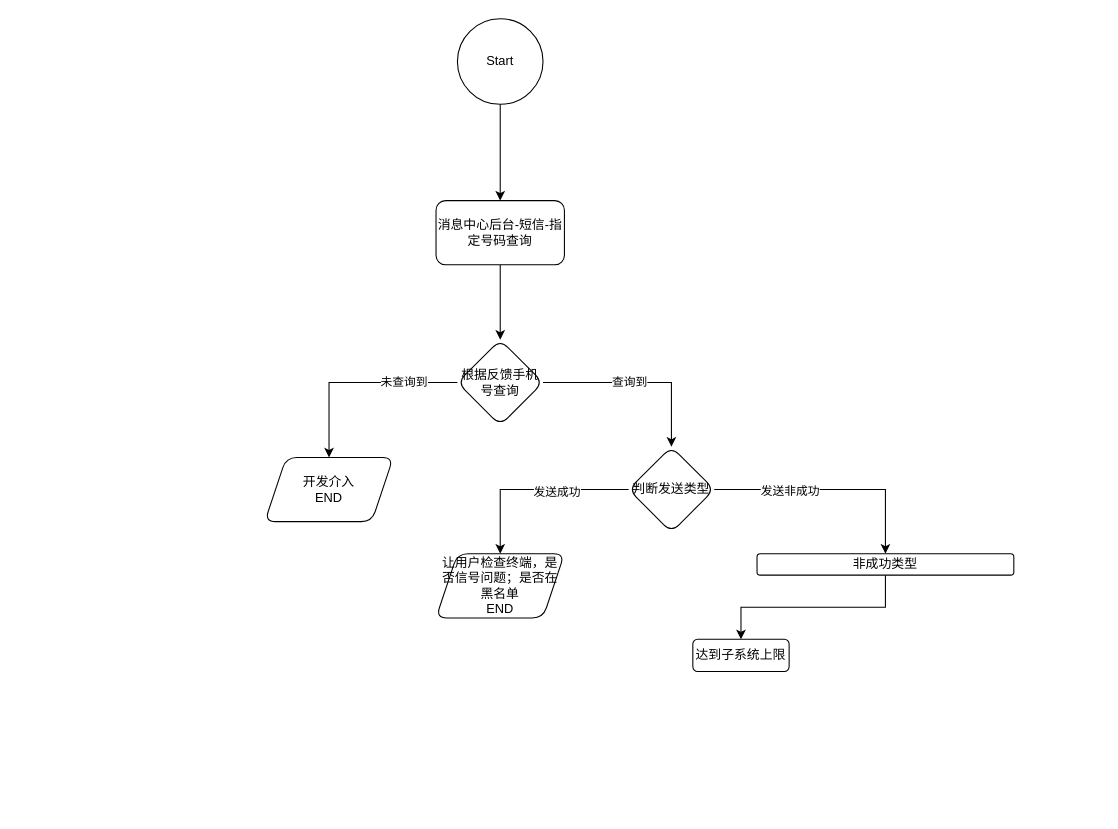
me-Minion/draw keeps this draw.io diagram as 消息中心问题处理流程.drawio. Above is the earlier version. Source tidied: cells renumbered, new cells numbered last; positions are measured from the earlier drawing's top-left corner, leaving out a move shared by most shapes. Both pictures are drawn from the tidied source at 107%, with x=0, y=0 at pixel (264, 18).
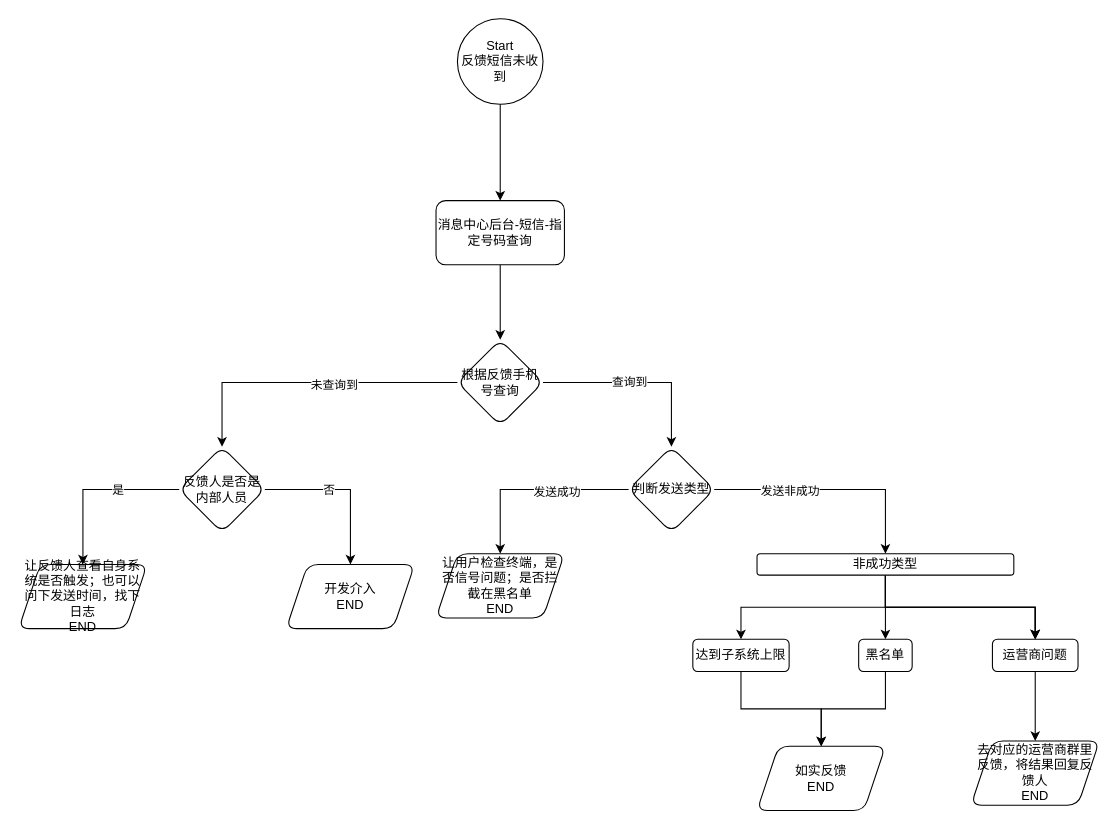
After the change.

Commit message (it also covers changes not shown here):
更新消息中心问题处理流程.drawio

Unchanged cells that the change refers to:
```xml
<mxCell id="10" value="根据反馈手机号查询" style="rhombus;whiteSpace=wrap;html=1;rounded=1;" parent="1" vertex="1">
  <mxGeometry x="180" y="300" width="80" height="80" as="geometry" />
</mxCell>
<mxCell id="18" value="非成功类型" style="rounded=1;whiteSpace=wrap;html=1;" parent="1" vertex="1">
  <mxGeometry x="460" y="500" width="240" height="20" as="geometry" />
</mxCell>
<mxCell id="20" value="达到子系统上限" style="rounded=1;whiteSpace=wrap;html=1;" parent="1" vertex="1">
  <mxGeometry x="400" y="580" width="90" height="30" as="geometry" />
</mxCell>
```

Change to the diagram source:
```diff
@@
-    <mxCell id="3" value="Start" style="ellipse;whiteSpace=wrap;html=1;" parent="1" vertex="1">
+    <mxCell id="3" value="Start&lt;br&gt;反馈短信未收到" style="ellipse;whiteSpace=wrap;html=1;" parent="1" vertex="1">
       <mxGeometry x="180" width="80" height="80" as="geometry" />
     </mxCell>
@@
-    <mxCell id="6" style="edgeStyle=orthogonalEdgeStyle;rounded=0;jettySize=auto;html=1;" parent="1" edge="1" source="10" target="11">
-      <mxGeometry relative="1" as="geometry" />
-    </mxCell>
-    <mxCell id="7" value="未查询到" style="edgeLabel;html=1;align=center;verticalAlign=middle;" parent="6" vertex="1">
-      <mxGeometry x="-0.46" y="-1" relative="1" as="geometry" />
-    </mxCell>
@@
+    <mxCell id="21" style="edgeStyle=orthogonalEdgeStyle;rounded=0;jettySize=auto;html=1;" parent="1" edge="1" source="10" target="37">
+      <mxGeometry relative="1" as="geometry" />
+    </mxCell>
+    <mxCell id="7" value="未查询到" style="edgeLabel;html=1;align=center;verticalAlign=middle;" parent="21" vertex="1">
+      <mxGeometry x="-0.17" y="2" relative="1" as="geometry" />
+    </mxCell>
@@
-    <mxCell id="11" value="开发介入&lt;br&gt;END" style="shape=parallelogram;perimeter=parallelogramPerimeter;whiteSpace=wrap;html=1;fixedSize=1;rounded=1;" parent="1" vertex="1">
-      <mxGeometry y="410" width="120" height="60" as="geometry" />
-    </mxCell>
@@
+    <mxCell id="22" style="edgeStyle=orthogonalEdgeStyle;rounded=0;jettySize=auto;html=1;" parent="1" edge="1" source="18" target="28">
+      <mxGeometry relative="1" as="geometry" />
+    </mxCell>
+    <mxCell id="23" style="edgeStyle=orthogonalEdgeStyle;rounded=0;jettySize=auto;html=1;" parent="1" edge="1" source="18" target="28">
+      <mxGeometry relative="1" as="geometry" />
+    </mxCell>
+    <mxCell id="24" style="edgeStyle=orthogonalEdgeStyle;rounded=0;jettySize=auto;html=1;" parent="1" edge="1" source="18" target="28">
+      <mxGeometry relative="1" as="geometry" />
+    </mxCell>
+    <mxCell id="25" style="edgeStyle=orthogonalEdgeStyle;rounded=0;jettySize=auto;html=1;" parent="1" edge="1" source="18" target="30">
+      <mxGeometry relative="1" as="geometry" />
+    </mxCell>
@@
-    <mxCell id="19" value="让用户检查终端，是否信号问题；是否在黑名单&lt;br&gt;END" style="shape=parallelogram;perimeter=parallelogramPerimeter;whiteSpace=wrap;html=1;fixedSize=1;rounded=1;" parent="1" vertex="1">
+    <mxCell id="19" value="让用户检查终端，是否信号问题；是否拦截在黑名单&lt;br&gt;END" style="shape=parallelogram;perimeter=parallelogramPerimeter;whiteSpace=wrap;html=1;fixedSize=1;rounded=1;" parent="1" vertex="1">
       <mxGeometry x="160" y="500" width="120" height="60" as="geometry" />
     </mxCell>
+    <mxCell id="26" style="edgeStyle=orthogonalEdgeStyle;rounded=0;jettySize=auto;html=1;" parent="1" edge="1" source="20" target="31">
+      <mxGeometry relative="1" as="geometry" />
+    </mxCell>
@@
+    <mxCell id="27" style="edgeStyle=orthogonalEdgeStyle;rounded=0;jettySize=auto;html=1;" parent="1" edge="1" source="28" target="32">
+      <mxGeometry relative="1" as="geometry" />
+    </mxCell>
+    <mxCell id="28" value="运营商问题" style="whiteSpace=wrap;html=1;rounded=1;" parent="1" vertex="1">
+      <mxGeometry x="680" y="580" width="80" height="30" as="geometry" />
+    </mxCell>
+    <mxCell id="29" style="edgeStyle=orthogonalEdgeStyle;rounded=0;jettySize=auto;html=1;exitX=0.5;exitY=1;exitDx=0;exitDy=0;entryX=0.5;entryY=0;entryDx=0;entryDy=0;" parent="1" edge="1" source="30" target="31">
+      <mxGeometry relative="1" as="geometry" />
+    </mxCell>
+    <mxCell id="30" value="黑名单" style="whiteSpace=wrap;html=1;rounded=1;" parent="1" vertex="1">
+      <mxGeometry x="555" y="580" width="50" height="30" as="geometry" />
+    </mxCell>
+    <mxCell id="31" value="如实反馈&lt;br&gt;END" style="shape=parallelogram;perimeter=parallelogramPerimeter;whiteSpace=wrap;html=1;fixedSize=1;rounded=1;" parent="1" vertex="1">
+      <mxGeometry x="460" y="680" width="120" height="60" as="geometry" />
+    </mxCell>
+    <mxCell id="32" value="去对应的运营商群里反馈，将结果回复反馈人&lt;br&gt;END" style="shape=parallelogram;perimeter=parallelogramPerimeter;whiteSpace=wrap;html=1;fixedSize=1;rounded=1;" parent="1" vertex="1">
+      <mxGeometry x="660" y="675" width="120" height="60" as="geometry" />
+    </mxCell>
+    <mxCell id="33" style="edgeStyle=orthogonalEdgeStyle;rounded=0;jettySize=auto;html=1;" parent="1" edge="1" source="37" target="11">
+      <mxGeometry relative="1" as="geometry" />
+    </mxCell>
+    <mxCell id="34" value="否" style="edgeLabel;html=1;align=center;verticalAlign=middle;" parent="33" vertex="1">
+      <mxGeometry x="-0.21" relative="1" as="geometry" />
+    </mxCell>
+    <mxCell id="35" style="edgeStyle=orthogonalEdgeStyle;rounded=0;jettySize=auto;html=1;" parent="1" edge="1" source="37" target="38">
+      <mxGeometry relative="1" as="geometry" />
+    </mxCell>
+    <mxCell id="36" value="是" style="edgeLabel;html=1;align=center;verticalAlign=middle;" parent="35" vertex="1">
+      <mxGeometry x="-0.27" relative="1" as="geometry" />
+    </mxCell>
+    <mxCell id="37" value="反馈人是否是内部人员" style="rhombus;whiteSpace=wrap;html=1;rounded=1;" parent="1" vertex="1">
+      <mxGeometry x="-80" y="400" width="80" height="80" as="geometry" />
+    </mxCell>
+    <mxCell id="11" value="开发介入&lt;br style=&quot;border-color: var(--border-color);&quot;&gt;END" style="shape=parallelogram;perimeter=parallelogramPerimeter;whiteSpace=wrap;html=1;fixedSize=1;rounded=1;" parent="1" vertex="1">
+      <mxGeometry x="20" y="510" width="120" height="60" as="geometry" />
+    </mxCell>
+    <mxCell id="38" value="让反馈人查看自身系统是否触发；也可以问下发送时间，找下日志&lt;br&gt;END" style="shape=parallelogram;perimeter=parallelogramPerimeter;whiteSpace=wrap;html=1;fixedSize=1;rounded=1;" parent="1" vertex="1">
+      <mxGeometry x="-230" y="510" width="120" height="60" as="geometry" />
+    </mxCell>
```
